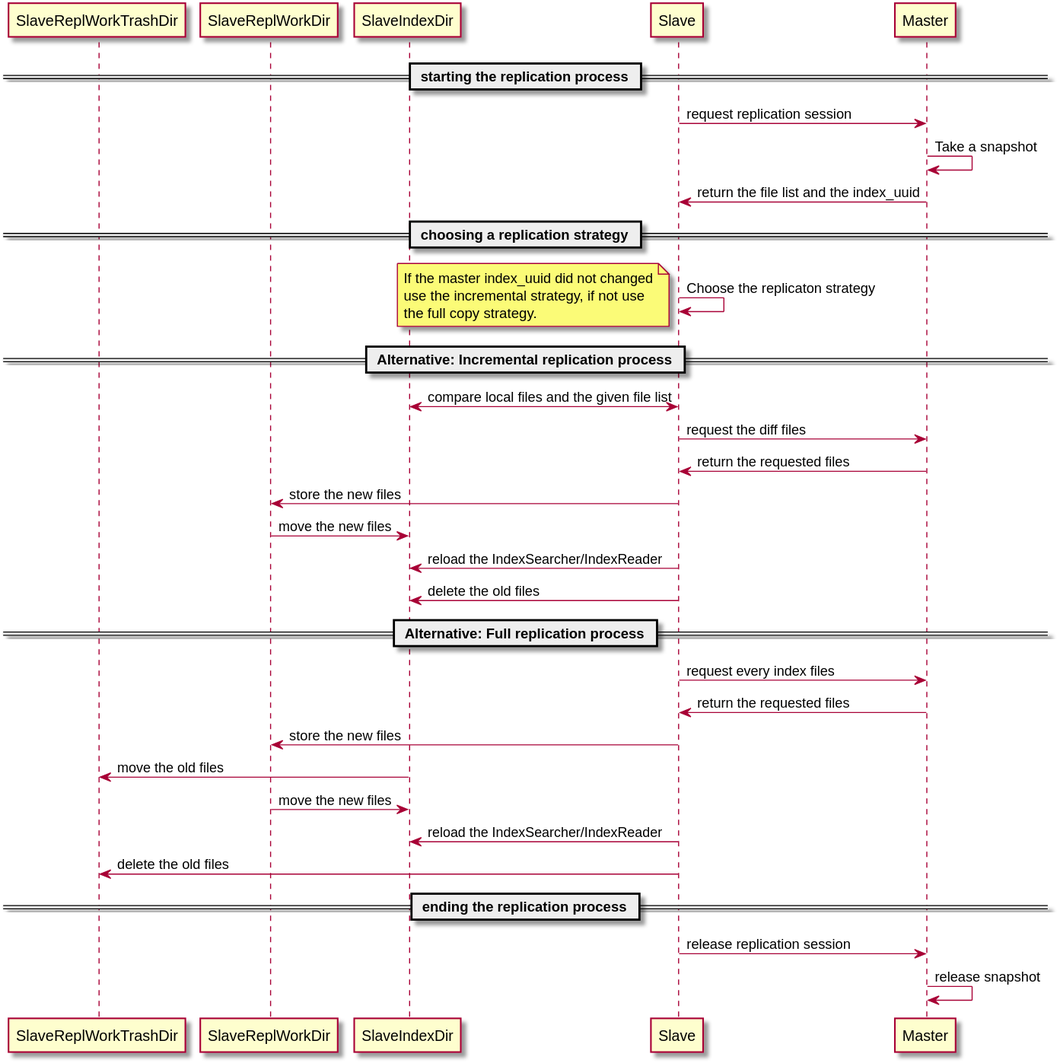
qwazr/search keeps this PlantUML diagram as docs/images/replication-sequence.svg. Above is the earlier version.
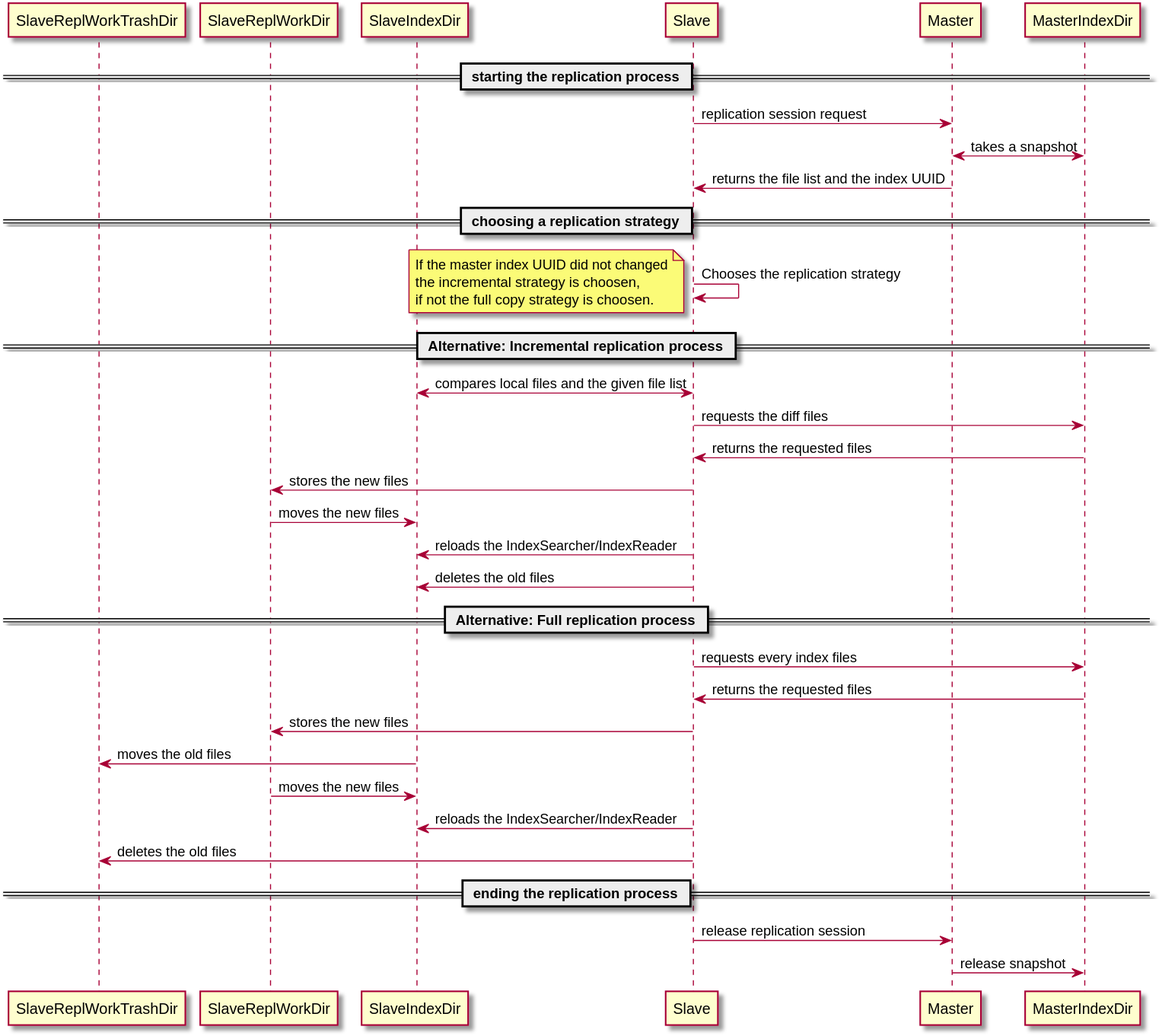
After the commit.

Commit message:
Fix typos in replication sequence

What changed in the source:
```diff
@@ -4,38 +4,40 @@
 participant SlaveIndexDir
 participant Slave
 participant Master
+participant MasterIndexDir
+
 ==== starting the replication process ====
-Slave->Master : request replication session
-Master->Master : Take a snapshot
-Master->Slave : return the file list and the index_uuid
+Slave->Master : replication session request
+Master<->MasterIndexDir : takes a snapshot
+Master->Slave : returns the file list and the index UUID
 
 ==== choosing a replication strategy ====
-Slave->Slave : Choose the replicaton strategy
+Slave->Slave : Chooses the replication strategy
 note left
-  If the master index_uuid did not changed
-  use the incremental strategy, if not use
-  the full copy strategy.
+  If the master index UUID did not changed
+  the incremental strategy is choosen,
+  if not the full copy strategy is choosen.
 end note
 
 ==== Alternative: Incremental replication process ====
-Slave<->SlaveIndexDir : compare local files and the given file list
-Slave->Master : request the diff files
-Master->Slave : return the requested files
-Slave->SlaveReplWorkDir : store the new files
-SlaveReplWorkDir->SlaveIndexDir : move the new files
-Slave->SlaveIndexDir : reload the IndexSearcher/IndexReader
-Slave->SlaveIndexDir : delete the old files
+Slave<->SlaveIndexDir : compares local files and the given file list
+Slave->MasterIndexDir : requests the diff files
+MasterIndexDir->Slave : returns the requested files
+Slave->SlaveReplWorkDir : stores the new files
+SlaveReplWorkDir->SlaveIndexDir : moves the new files
+Slave->SlaveIndexDir : reloads the IndexSearcher/IndexReader
+Slave->SlaveIndexDir : deletes the old files
 
 ==== Alternative: Full replication process ====
-Slave->Master : request every index files
-Master->Slave : return the requested files
-Slave->SlaveReplWorkDir : store the new files
-SlaveIndexDir->SlaveReplWorkTrashDir : move the old files
-SlaveReplWorkDir->SlaveIndexDir : move the new files
-Slave->SlaveIndexDir : reload the IndexSearcher/IndexReader
-Slave->SlaveReplWorkTrashDir : delete the old files
+Slave->MasterIndexDir : requests every index files
+MasterIndexDir->Slave : returns the requested files
+Slave->SlaveReplWorkDir : stores the new files
+SlaveIndexDir->SlaveReplWorkTrashDir : moves the old files
+SlaveReplWorkDir->SlaveIndexDir : moves the new files
+Slave->SlaveIndexDir : reloads the IndexSearcher/IndexReader
+Slave->SlaveReplWorkTrashDir : deletes the old files
 
 ==== ending the replication process ====
 Slave->Master : release replication session
-Master->Master : release snapshot
+Master->MasterIndexDir : release snapshot
 @enduml
```
